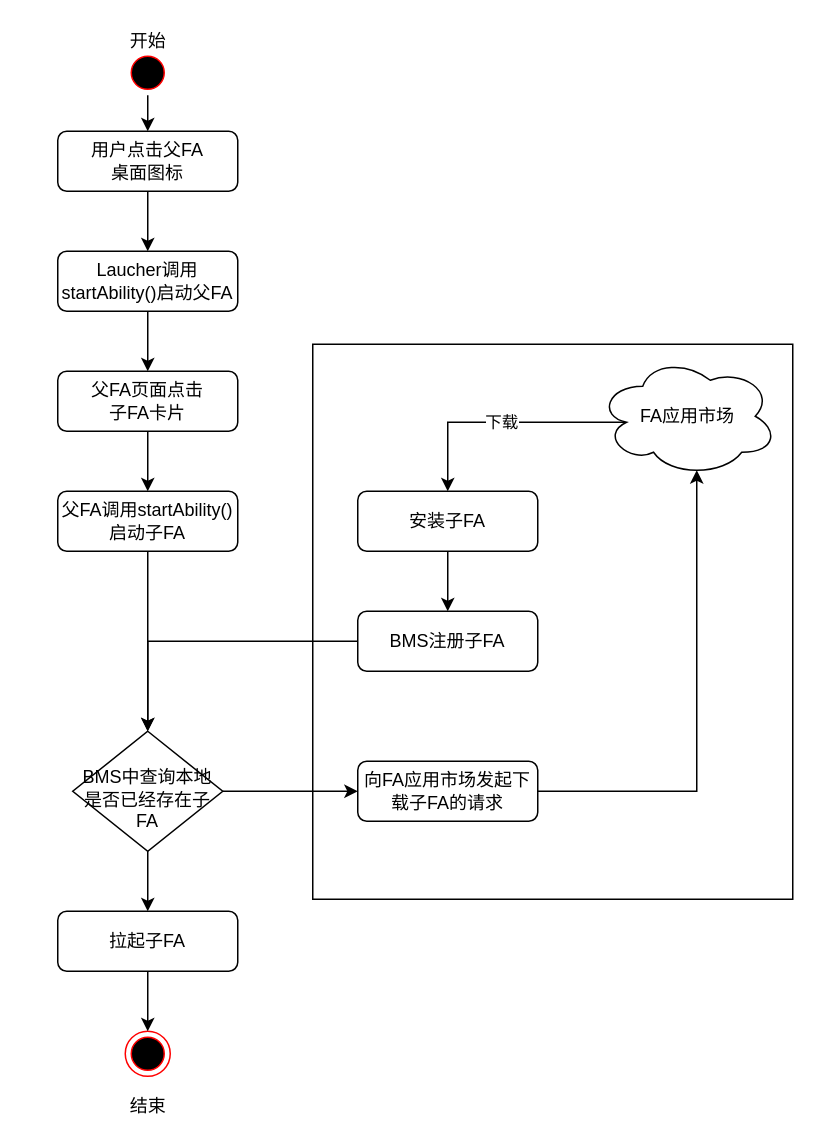
Earlier version of the draw.io diagram draw/FA拉起FA的流程.drawio (befairyliu/draw.io). Source tidied: cells renumbered, new cells numbered last; positions are measured from the earlier drawing's top-left corner, leaving out a move shared by most shapes. Both pictures are drawn from the tidied source at 150%, with x=0, y=0 at pixel (57, 26).
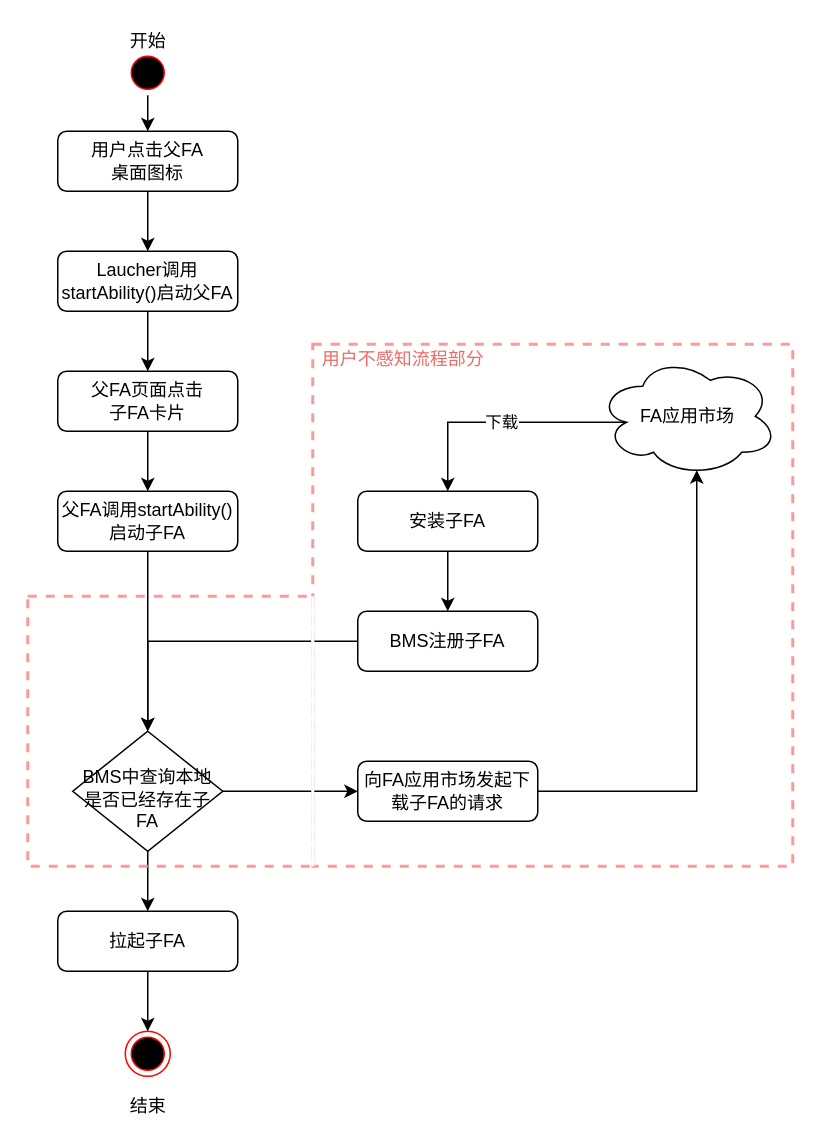
The same page after the edit.

Commit message:
Update FA拉起FA的流程.drawio

Change to the diagram source:
```diff
@@
-    <mxCell id="2" style="rounded=0;whiteSpace=wrap;html=1;" parent="1" vertex="1">
-      <mxGeometry x="170" y="212" width="320" height="370" as="geometry" />
+    <mxCell id="2" style="rounded=0;whiteSpace=wrap;html=1;dashed=1;strokeColor=#FF9999;fillColor=none;strokeWidth=2;" parent="1" vertex="1">
+      <mxGeometry x="170" y="212" width="320" height="348" as="geometry" />
     </mxCell>
@@
+    <mxCell id="29" value="&lt;font color=&quot;#ea6b66&quot;&gt;用户不感知流程部分&lt;/font&gt;" style="text;html=1;align=center;verticalAlign=middle;" parent="1" vertex="1">
+      <mxGeometry x="170" y="212" width="120" height="20" as="geometry" />
+    </mxCell>
+    <mxCell id="30" style="rounded=0;whiteSpace=wrap;html=1;dashed=1;strokeColor=#FF9999;fillColor=none;strokeWidth=2;glass=0;comic=0;" parent="1" vertex="1">
+      <mxGeometry x="-20" y="380" width="190" height="180" as="geometry" />
+    </mxCell>
+    <mxCell id="31" style="endArrow=none;html=1;entryX=1;entryY=0;entryDx=0;entryDy=0;exitX=1;exitY=1;exitDx=0;exitDy=0;strokeWidth=2;strokeColor=#FFFFFF;" parent="1" edge="1" source="30" target="30">
+      <mxGeometry relative="1" as="geometry" />
+    </mxCell>
```
